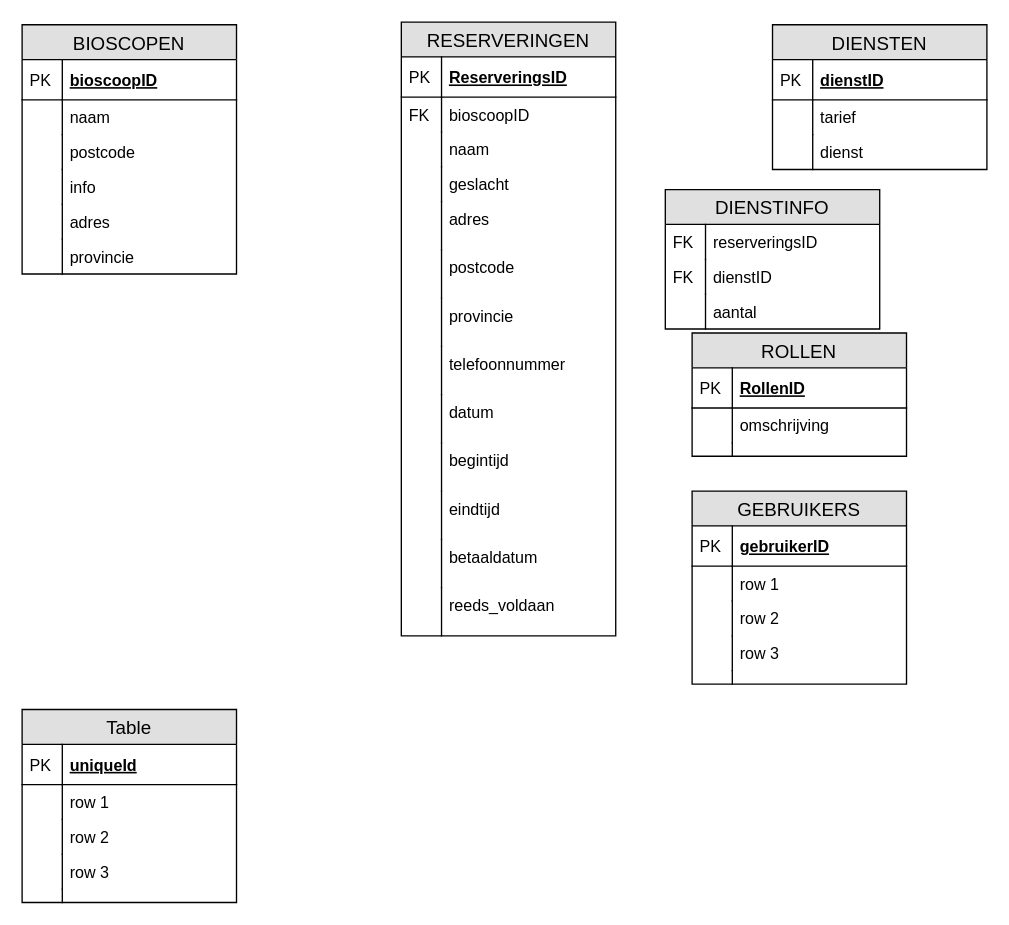
Before: docs/wireframes/draw.io/ERD.drawio in saifrashed/gameplayparty, a draw.io diagram. Source tidied: cells renumbered, new cells numbered last; positions are measured from the earlier drawing's top-left corner, leaving out a move shared by most shapes. Both pictures are drawn from the tidied source at 134%, with x=0, y=0 at pixel (21, 21).
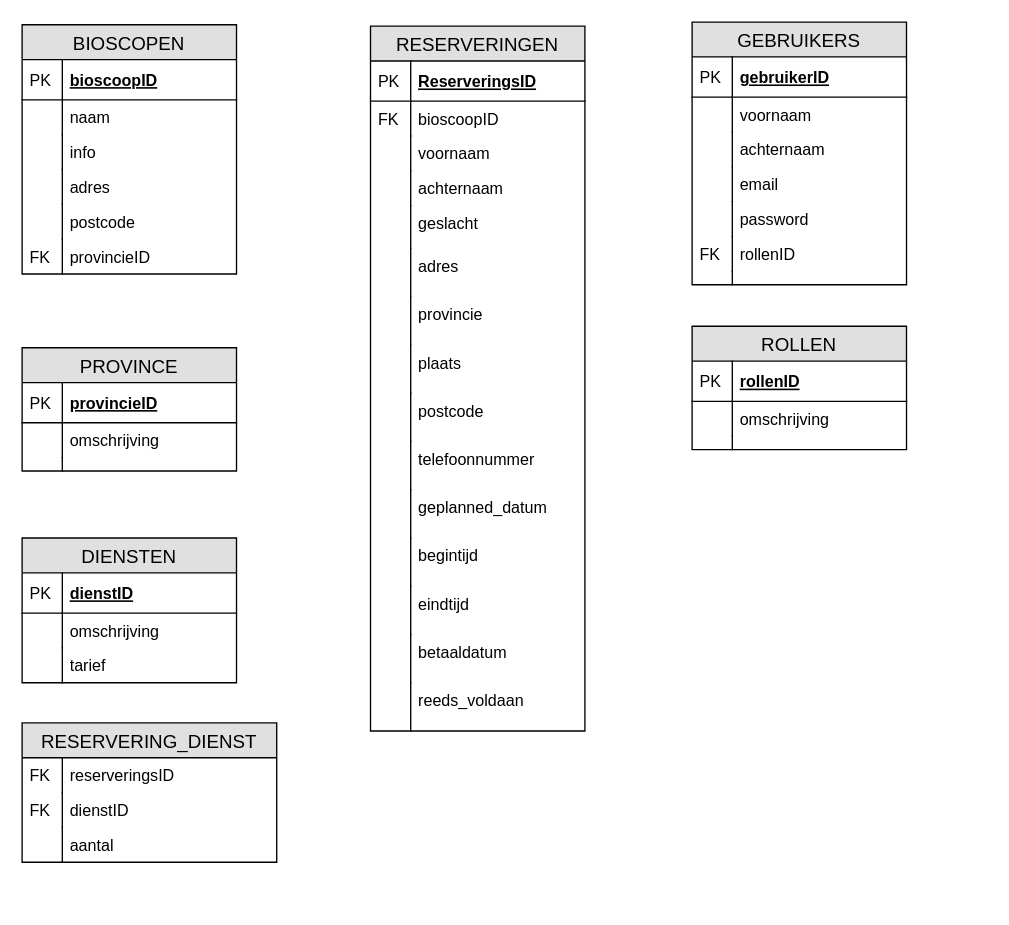
The same page after the edit.

The change refers to these unchanged cells:
```xml
<mxCell id="43" value="BIOSCOPEN" style="swimlane;fontStyle=0;horizontal=1;startSize=26;fillColor=#e0e0e0;swimlaneFillColor=#ffffff;align=center;fontSize=14;" parent="1" vertex="1">
  <mxGeometry y="2" width="160" height="186" as="geometry" />
</mxCell>
```

The edit, as a diff of the source:
```diff
@@
     <mxCell id="2" value="RESERVERINGEN" style="swimlane;fontStyle=0;horizontal=1;startSize=26;fillColor=#e0e0e0;swimlaneFillColor=#ffffff;align=center;fontSize=14;" parent="1" vertex="1">
-      <mxGeometry x="283" width="160" height="458" as="geometry" />
+      <mxGeometry x="260" y="3" width="160" height="526" as="geometry" />
     </mxCell>
@@
-    <mxCell id="7" value="naam" style="shape=partialRectangle;top=0;left=0;right=0;bottom=0;align=left;verticalAlign=top;fillColor=none;spacingLeft=34;spacingRight=4;overflow=hidden;fontSize=12;" parent="2" vertex="1">
+    <mxCell id="7" value="voornaam" style="shape=partialRectangle;top=0;left=0;right=0;bottom=0;align=left;verticalAlign=top;fillColor=none;spacingLeft=34;spacingRight=4;overflow=hidden;fontSize=12;" parent="2" vertex="1">
       <mxGeometry y="82" width="160" height="26" as="geometry" />
     </mxCell>
@@
+    <mxCell id="85" value="achternaam" style="shape=partialRectangle;top=0;left=0;right=0;bottom=0;align=left;verticalAlign=top;fillColor=none;spacingLeft=34;spacingRight=4;overflow=hidden;fontSize=12;" parent="2" vertex="1">
+      <mxGeometry y="108" width="160" height="26" as="geometry" />
+    </mxCell>
+    <mxCell id="86" style="shape=partialRectangle;top=0;left=0;bottom=0;fillColor=none;align=left;verticalAlign=top;spacingLeft=4;spacingRight=4;overflow=hidden;fontSize=12;" parent="85" vertex="1">
+      <mxGeometry width="30" height="26" as="geometry" />
+    </mxCell>
     <mxCell id="9" value="geslacht" style="shape=partialRectangle;top=0;left=0;right=0;bottom=0;align=left;verticalAlign=top;fillColor=none;spacingLeft=34;spacingRight=4;overflow=hidden;fontSize=12;" parent="2" vertex="1">
-      <mxGeometry y="108" width="160" height="26" as="geometry" />
+      <mxGeometry y="134" width="160" height="32" as="geometry" />
     </mxCell>
     <mxCell id="10" style="shape=partialRectangle;top=0;left=0;bottom=0;fillColor=none;align=left;verticalAlign=top;spacingLeft=4;spacingRight=4;overflow=hidden;fontSize=12;" parent="9" vertex="1">
-      <mxGeometry width="30" height="26" as="geometry" />
+      <mxGeometry width="30" height="32" as="geometry" />
     </mxCell>
     <mxCell id="11" value="adres&#10;" style="shape=partialRectangle;top=0;left=0;right=0;bottom=0;align=left;verticalAlign=top;fillColor=none;spacingLeft=34;spacingRight=4;overflow=hidden;fontSize=12;" parent="2" vertex="1">
-      <mxGeometry y="134" width="160" height="36" as="geometry" />
+      <mxGeometry y="166" width="160" height="36" as="geometry" />
     </mxCell>
@@
+    <mxCell id="15" value="provincie" style="shape=partialRectangle;top=0;left=0;right=0;bottom=0;align=left;verticalAlign=top;fillColor=none;spacingLeft=34;spacingRight=4;overflow=hidden;fontSize=12;" parent="2" vertex="1">
+      <mxGeometry y="202" width="160" height="36" as="geometry" />
+    </mxCell>
+    <mxCell id="16" style="shape=partialRectangle;top=0;left=0;bottom=0;fillColor=none;align=left;verticalAlign=top;spacingLeft=4;spacingRight=4;overflow=hidden;fontSize=12;" parent="15" vertex="1">
+      <mxGeometry width="30" height="36" as="geometry" />
+    </mxCell>
+    <mxCell id="87" value="plaats" style="shape=partialRectangle;top=0;left=0;right=0;bottom=0;align=left;verticalAlign=top;fillColor=none;spacingLeft=34;spacingRight=4;overflow=hidden;fontSize=12;" parent="2" vertex="1">
+      <mxGeometry y="238" width="160" height="36" as="geometry" />
+    </mxCell>
+    <mxCell id="88" style="shape=partialRectangle;top=0;left=0;bottom=0;fillColor=none;align=left;verticalAlign=top;spacingLeft=4;spacingRight=4;overflow=hidden;fontSize=12;" parent="87" vertex="1">
+      <mxGeometry width="30" height="36" as="geometry" />
+    </mxCell>
     <mxCell id="13" value="postcode" style="shape=partialRectangle;top=0;left=0;right=0;bottom=0;align=left;verticalAlign=top;fillColor=none;spacingLeft=34;spacingRight=4;overflow=hidden;fontSize=12;" parent="2" vertex="1">
-      <mxGeometry y="170" width="160" height="36" as="geometry" />
+      <mxGeometry y="274" width="160" height="36" as="geometry" />
     </mxCell>
@@
-    <mxCell id="15" value="provincie&#10;" style="shape=partialRectangle;top=0;left=0;right=0;bottom=0;align=left;verticalAlign=top;fillColor=none;spacingLeft=34;spacingRight=4;overflow=hidden;fontSize=12;" parent="2" vertex="1">
-      <mxGeometry y="206" width="160" height="36" as="geometry" />
-    </mxCell>
-    <mxCell id="16" style="shape=partialRectangle;top=0;left=0;bottom=0;fillColor=none;align=left;verticalAlign=top;spacingLeft=4;spacingRight=4;overflow=hidden;fontSize=12;" parent="15" vertex="1">
-      <mxGeometry width="30" height="36" as="geometry" />
-    </mxCell>
     <mxCell id="17" value="telefoonnummer" style="shape=partialRectangle;top=0;left=0;right=0;bottom=0;align=left;verticalAlign=top;fillColor=none;spacingLeft=34;spacingRight=4;overflow=hidden;fontSize=12;" parent="2" vertex="1">
-      <mxGeometry y="242" width="160" height="36" as="geometry" />
+      <mxGeometry y="310" width="160" height="36" as="geometry" />
     </mxCell>
@@
-    <mxCell id="19" value="datum" style="shape=partialRectangle;top=0;left=0;right=0;bottom=0;align=left;verticalAlign=top;fillColor=none;spacingLeft=34;spacingRight=4;overflow=hidden;fontSize=12;" parent="2" vertex="1">
-      <mxGeometry y="278" width="160" height="36" as="geometry" />
+    <mxCell id="19" value="geplanned_datum" style="shape=partialRectangle;top=0;left=0;right=0;bottom=0;align=left;verticalAlign=top;fillColor=none;spacingLeft=34;spacingRight=4;overflow=hidden;fontSize=12;" parent="2" vertex="1">
+      <mxGeometry y="346" width="160" height="36" as="geometry" />
     </mxCell>
@@
     <mxCell id="21" value="begintijd" style="shape=partialRectangle;top=0;left=0;right=0;bottom=0;align=left;verticalAlign=top;fillColor=none;spacingLeft=34;spacingRight=4;overflow=hidden;fontSize=12;" parent="2" vertex="1">
-      <mxGeometry y="314" width="160" height="36" as="geometry" />
+      <mxGeometry y="382" width="160" height="36" as="geometry" />
     </mxCell>
@@
     <mxCell id="23" value="eindtijd" style="shape=partialRectangle;top=0;left=0;right=0;bottom=0;align=left;verticalAlign=top;fillColor=none;spacingLeft=34;spacingRight=4;overflow=hidden;fontSize=12;" parent="2" vertex="1">
-      <mxGeometry y="350" width="160" height="36" as="geometry" />
+      <mxGeometry y="418" width="160" height="36" as="geometry" />
     </mxCell>
@@
     <mxCell id="25" value="betaaldatum" style="shape=partialRectangle;top=0;left=0;right=0;bottom=0;align=left;verticalAlign=top;fillColor=none;spacingLeft=34;spacingRight=4;overflow=hidden;fontSize=12;" parent="2" vertex="1">
-      <mxGeometry y="386" width="160" height="36" as="geometry" />
+      <mxGeometry y="454" width="160" height="36" as="geometry" />
     </mxCell>
@@
     <mxCell id="27" value="reeds_voldaan" style="shape=partialRectangle;top=0;left=0;right=0;bottom=0;align=left;verticalAlign=top;fillColor=none;spacingLeft=34;spacingRight=4;overflow=hidden;fontSize=12;" parent="2" vertex="1">
-      <mxGeometry y="422" width="160" height="36" as="geometry" />
+      <mxGeometry y="490" width="160" height="36" as="geometry" />
     </mxCell>
@@
-    <mxCell id="29" value="DIENSTINFO" style="swimlane;fontStyle=0;horizontal=1;startSize=26;fillColor=#e0e0e0;swimlaneFillColor=#ffffff;align=center;fontSize=14;" parent="1" vertex="1">
-      <mxGeometry x="480" y="125" width="160" height="104" as="geometry" />
+    <mxCell id="29" value="RESERVERING_DIENST" style="swimlane;fontStyle=0;horizontal=1;startSize=26;fillColor=#e0e0e0;swimlaneFillColor=#ffffff;align=center;fontSize=14;" parent="1" vertex="1">
+      <mxGeometry y="523" width="190" height="104" as="geometry" />
     </mxCell>
     <mxCell id="30" value="reserveringsID" style="shape=partialRectangle;top=0;left=0;right=0;bottom=0;align=left;verticalAlign=top;fillColor=none;spacingLeft=34;spacingRight=4;overflow=hidden;fontSize=12;" parent="29" vertex="1">
-      <mxGeometry y="26" width="160" height="26" as="geometry" />
+      <mxGeometry y="26" width="190" height="26" as="geometry" />
     </mxCell>
@@
     <mxCell id="32" value="dienstID" style="shape=partialRectangle;top=0;left=0;right=0;bottom=0;align=left;verticalAlign=top;fillColor=none;spacingLeft=34;spacingRight=4;overflow=hidden;fontSize=12;" parent="29" vertex="1">
-      <mxGeometry y="52" width="160" height="26" as="geometry" />
+      <mxGeometry y="52" width="190" height="26" as="geometry" />
     </mxCell>
@@
     <mxCell id="34" value="aantal" style="shape=partialRectangle;top=0;left=0;right=0;bottom=0;align=left;verticalAlign=top;fillColor=none;spacingLeft=34;spacingRight=4;overflow=hidden;fontSize=12;" parent="29" vertex="1">
-      <mxGeometry y="78" width="160" height="26" as="geometry" />
+      <mxGeometry y="78" width="190" height="26" as="geometry" />
     </mxCell>
@@
     <mxCell id="36" value="DIENSTEN" style="swimlane;fontStyle=0;horizontal=1;startSize=26;fillColor=#e0e0e0;swimlaneFillColor=#ffffff;align=center;fontSize=14;" parent="1" vertex="1">
-      <mxGeometry x="560" y="2" width="160" height="108" as="geometry" />
+      <mxGeometry y="385" width="160" height="108" as="geometry" />
     </mxCell>
@@
-    <mxCell id="39" value="tarief" style="shape=partialRectangle;top=0;left=0;right=0;bottom=0;align=left;verticalAlign=top;fillColor=none;spacingLeft=34;spacingRight=4;overflow=hidden;fontSize=12;" parent="36" vertex="1">
+    <mxCell id="39" value="omschrijving" style="shape=partialRectangle;top=0;left=0;right=0;bottom=0;align=left;verticalAlign=top;fillColor=none;spacingLeft=34;spacingRight=4;overflow=hidden;fontSize=12;" parent="36" vertex="1">
       <mxGeometry y="56" width="160" height="26" as="geometry" />
     </mxCell>
@@
-    <mxCell id="41" value="dienst" style="shape=partialRectangle;top=0;left=0;right=0;bottom=0;align=left;verticalAlign=top;fillColor=none;spacingLeft=34;spacingRight=4;overflow=hidden;fontSize=12;" parent="36" vertex="1">
+    <mxCell id="41" value="tarief" style="shape=partialRectangle;top=0;left=0;right=0;bottom=0;align=left;verticalAlign=top;fillColor=none;spacingLeft=34;spacingRight=4;overflow=hidden;fontSize=12;" parent="36" vertex="1">
       <mxGeometry y="82" width="160" height="26" as="geometry" />
     </mxCell>
@@
-    <mxCell id="48" value="postcode" style="shape=partialRectangle;top=0;left=0;right=0;bottom=0;align=left;verticalAlign=top;fillColor=none;spacingLeft=34;spacingRight=4;overflow=hidden;fontSize=12;" parent="43" vertex="1">
-      <mxGeometry y="82" width="160" height="26" as="geometry" />
-    </mxCell>
-    <mxCell id="49" style="shape=partialRectangle;top=0;left=0;bottom=0;fillColor=none;align=left;verticalAlign=top;spacingLeft=4;spacingRight=4;overflow=hidden;fontSize=12;" parent="48" vertex="1">
-      <mxGeometry width="30" height="26" as="geometry" />
-    </mxCell>
     <mxCell id="50" value="info" style="shape=partialRectangle;top=0;left=0;right=0;bottom=0;align=left;verticalAlign=top;fillColor=none;spacingLeft=34;spacingRight=4;overflow=hidden;fontSize=12;" parent="43" vertex="1">
-      <mxGeometry y="108" width="160" height="26" as="geometry" />
+      <mxGeometry y="82" width="160" height="26" as="geometry" />
     </mxCell>
@@
     <mxCell id="52" value="adres" style="shape=partialRectangle;top=0;left=0;right=0;bottom=0;align=left;verticalAlign=top;fillColor=none;spacingLeft=34;spacingRight=4;overflow=hidden;fontSize=12;" parent="43" vertex="1">
-      <mxGeometry y="134" width="160" height="26" as="geometry" />
+      <mxGeometry y="108" width="160" height="26" as="geometry" />
     </mxCell>
@@
+    <mxCell id="48" value="postcode" style="shape=partialRectangle;top=0;left=0;right=0;bottom=0;align=left;verticalAlign=top;fillColor=none;spacingLeft=34;spacingRight=4;overflow=hidden;fontSize=12;" parent="43" vertex="1">
+      <mxGeometry y="134" width="160" height="26" as="geometry" />
+    </mxCell>
+    <mxCell id="49" style="shape=partialRectangle;top=0;left=0;bottom=0;fillColor=none;align=left;verticalAlign=top;spacingLeft=4;spacingRight=4;overflow=hidden;fontSize=12;" parent="48" vertex="1">
+      <mxGeometry width="30" height="26" as="geometry" />
+    </mxCell>
-    <mxCell id="54" value="provincie" style="shape=partialRectangle;top=0;left=0;right=0;bottom=0;align=left;verticalAlign=top;fillColor=none;spacingLeft=34;spacingRight=4;overflow=hidden;fontSize=12;" parent="43" vertex="1">
+    <mxCell id="54" value="provincieID" style="shape=partialRectangle;top=0;left=0;right=0;bottom=0;align=left;verticalAlign=top;fillColor=none;spacingLeft=34;spacingRight=4;overflow=hidden;fontSize=12;" parent="43" vertex="1">
       <mxGeometry y="160" width="160" height="26" as="geometry" />
     </mxCell>
-    <mxCell id="55" style="shape=partialRectangle;top=0;left=0;bottom=0;fillColor=none;align=left;verticalAlign=top;spacingLeft=4;spacingRight=4;overflow=hidden;fontSize=12;" parent="54" vertex="1">
+    <mxCell id="55" value="FK" style="shape=partialRectangle;top=0;left=0;bottom=0;fillColor=none;align=left;verticalAlign=top;spacingLeft=4;spacingRight=4;overflow=hidden;fontSize=12;" parent="54" vertex="1">
       <mxGeometry width="30" height="26" as="geometry" />
     </mxCell>
     <mxCell id="56" value="ROLLEN" style="swimlane;fontStyle=0;horizontal=1;startSize=26;fillColor=#e0e0e0;swimlaneFillColor=#ffffff;align=center;fontSize=14;" parent="1" vertex="1">
-      <mxGeometry x="500" y="232" width="160" height="92" as="geometry" />
+      <mxGeometry x="500" y="227" width="160" height="92" as="geometry" />
     </mxCell>
-    <mxCell id="57" value="RollenID" style="shape=partialRectangle;top=0;left=0;right=0;bottom=1;align=left;verticalAlign=middle;fillColor=none;spacingLeft=34;spacingRight=4;overflow=hidden;fontStyle=5;fontSize=12;" parent="56" vertex="1">
+    <mxCell id="57" value="rollenID" style="shape=partialRectangle;top=0;left=0;right=0;bottom=1;align=left;verticalAlign=middle;fillColor=none;spacingLeft=34;spacingRight=4;overflow=hidden;fontStyle=5;fontSize=12;" parent="56" vertex="1">
       <mxGeometry y="26" width="160" height="30" as="geometry" />
     </mxCell>
@@
     <mxCell id="63" value="GEBRUIKERS" style="swimlane;fontStyle=0;horizontal=1;startSize=26;fillColor=#e0e0e0;swimlaneFillColor=#ffffff;align=center;fontSize=14;" parent="1" vertex="1">
-      <mxGeometry x="500" y="350" width="160" height="144" as="geometry" />
+      <mxGeometry x="500" width="160" height="196" as="geometry" />
     </mxCell>
@@
-    <mxCell id="66" value="row 1" style="shape=partialRectangle;top=0;left=0;right=0;bottom=0;align=left;verticalAlign=top;fillColor=none;spacingLeft=34;spacingRight=4;overflow=hidden;fontSize=12;" parent="63" vertex="1">
+    <mxCell id="66" value="voornaam" style="shape=partialRectangle;top=0;left=0;right=0;bottom=0;align=left;verticalAlign=top;fillColor=none;spacingLeft=34;spacingRight=4;overflow=hidden;fontSize=12;" parent="63" vertex="1">
       <mxGeometry y="56" width="160" height="26" as="geometry" />
     </mxCell>
@@
-    <mxCell id="68" value="row 2" style="shape=partialRectangle;top=0;left=0;right=0;bottom=0;align=left;verticalAlign=top;fillColor=none;spacingLeft=34;spacingRight=4;overflow=hidden;fontSize=12;" parent="63" vertex="1">
+    <mxCell id="68" value="achternaam" style="shape=partialRectangle;top=0;left=0;right=0;bottom=0;align=left;verticalAlign=top;fillColor=none;spacingLeft=34;spacingRight=4;overflow=hidden;fontSize=12;" parent="63" vertex="1">
       <mxGeometry y="82" width="160" height="26" as="geometry" />
     </mxCell>
@@
+    <mxCell id="89" value="email" style="shape=partialRectangle;top=0;left=0;right=0;bottom=0;align=left;verticalAlign=top;fillColor=none;spacingLeft=34;spacingRight=4;overflow=hidden;fontSize=12;" parent="63" vertex="1">
+      <mxGeometry y="108" width="160" height="26" as="geometry" />
+    </mxCell>
+    <mxCell id="90" style="shape=partialRectangle;top=0;left=0;bottom=0;fillColor=none;align=left;verticalAlign=top;spacingLeft=4;spacingRight=4;overflow=hidden;fontSize=12;" parent="89" vertex="1">
+      <mxGeometry width="30" height="26" as="geometry" />
+    </mxCell>
-    <mxCell id="70" value="row 3" style="shape=partialRectangle;top=0;left=0;right=0;bottom=0;align=left;verticalAlign=top;fillColor=none;spacingLeft=34;spacingRight=4;overflow=hidden;fontSize=12;" parent="63" vertex="1">
-      <mxGeometry y="108" width="160" height="26" as="geometry" />
+    <mxCell id="70" value="password" style="shape=partialRectangle;top=0;left=0;right=0;bottom=0;align=left;verticalAlign=top;fillColor=none;spacingLeft=34;spacingRight=4;overflow=hidden;fontSize=12;" parent="63" vertex="1">
+      <mxGeometry y="134" width="160" height="26" as="geometry" />
     </mxCell>
@@
+    <mxCell id="91" value="rollenID" style="shape=partialRectangle;top=0;left=0;right=0;bottom=0;align=left;verticalAlign=top;fillColor=none;spacingLeft=34;spacingRight=4;overflow=hidden;fontSize=12;" parent="63" vertex="1">
+      <mxGeometry y="160" width="160" height="26" as="geometry" />
+    </mxCell>
+    <mxCell id="92" value="FK" style="shape=partialRectangle;top=0;left=0;bottom=0;fillColor=none;align=left;verticalAlign=top;spacingLeft=4;spacingRight=4;overflow=hidden;fontSize=12;" parent="91" vertex="1">
+      <mxGeometry width="30" height="26" as="geometry" />
+    </mxCell>
     <mxCell id="72" style="shape=partialRectangle;top=0;left=0;right=0;bottom=0;align=left;verticalAlign=top;fillColor=none;spacingLeft=34;spacingRight=4;overflow=hidden;fontSize=12;" parent="63" vertex="1">
-      <mxGeometry y="134" width="160" height="10" as="geometry" />
+      <mxGeometry y="186" width="160" height="10" as="geometry" />
     </mxCell>
@@
-    <mxCell id="74" value="Table" style="swimlane;fontStyle=0;horizontal=1;startSize=26;fillColor=#e0e0e0;swimlaneFillColor=#ffffff;align=center;fontSize=14;" parent="1" vertex="1">
-      <mxGeometry y="513" width="160" height="144" as="geometry" />
+    <mxCell id="74" value="PROVINCE" style="swimlane;fontStyle=0;horizontal=1;startSize=26;fillColor=#e0e0e0;swimlaneFillColor=#ffffff;align=center;fontSize=14;" parent="1" vertex="1">
+      <mxGeometry y="243" width="160" height="92" as="geometry" />
     </mxCell>
-    <mxCell id="75" value="uniqueId" style="shape=partialRectangle;top=0;left=0;right=0;bottom=1;align=left;verticalAlign=middle;fillColor=none;spacingLeft=34;spacingRight=4;overflow=hidden;fontStyle=5;fontSize=12;" parent="74" vertex="1">
+    <mxCell id="75" value="provincieID" style="shape=partialRectangle;top=0;left=0;right=0;bottom=1;align=left;verticalAlign=middle;fillColor=none;spacingLeft=34;spacingRight=4;overflow=hidden;fontStyle=5;fontSize=12;" parent="74" vertex="1">
       <mxGeometry y="26" width="160" height="30" as="geometry" />
     </mxCell>
@@
-    <mxCell id="77" value="row 1" style="shape=partialRectangle;top=0;left=0;right=0;bottom=0;align=left;verticalAlign=top;fillColor=none;spacingLeft=34;spacingRight=4;overflow=hidden;fontSize=12;" parent="74" vertex="1">
+    <mxCell id="77" value="omschrijving" style="shape=partialRectangle;top=0;left=0;right=0;bottom=0;align=left;verticalAlign=top;fillColor=none;spacingLeft=34;spacingRight=4;overflow=hidden;fontSize=12;" parent="74" vertex="1">
       <mxGeometry y="56" width="160" height="26" as="geometry" />
     </mxCell>
@@
-    <mxCell id="79" value="row 2" style="shape=partialRectangle;top=0;left=0;right=0;bottom=0;align=left;verticalAlign=top;fillColor=none;spacingLeft=34;spacingRight=4;overflow=hidden;fontSize=12;" parent="74" vertex="1">
-      <mxGeometry y="82" width="160" height="26" as="geometry" />
-    </mxCell>
-    <mxCell id="80" style="shape=partialRectangle;top=0;left=0;bottom=0;fillColor=none;align=left;verticalAlign=top;spacingLeft=4;spacingRight=4;overflow=hidden;fontSize=12;" parent="79" vertex="1">
-      <mxGeometry width="30" height="26" as="geometry" />
-    </mxCell>
-    <mxCell id="81" value="row 3" style="shape=partialRectangle;top=0;left=0;right=0;bottom=0;align=left;verticalAlign=top;fillColor=none;spacingLeft=34;spacingRight=4;overflow=hidden;fontSize=12;" parent="74" vertex="1">
-      <mxGeometry y="108" width="160" height="26" as="geometry" />
-    </mxCell>
-    <mxCell id="82" style="shape=partialRectangle;top=0;left=0;bottom=0;fillColor=none;align=left;verticalAlign=top;spacingLeft=4;spacingRight=4;overflow=hidden;fontSize=12;" parent="81" vertex="1">
-      <mxGeometry width="30" height="26" as="geometry" />
-    </mxCell>
     <mxCell id="83" style="shape=partialRectangle;top=0;left=0;right=0;bottom=0;align=left;verticalAlign=top;fillColor=none;spacingLeft=34;spacingRight=4;overflow=hidden;fontSize=12;" parent="74" vertex="1">
-      <mxGeometry y="134" width="160" height="10" as="geometry" />
+      <mxGeometry y="82" width="160" height="10" as="geometry" />
     </mxCell>
```
